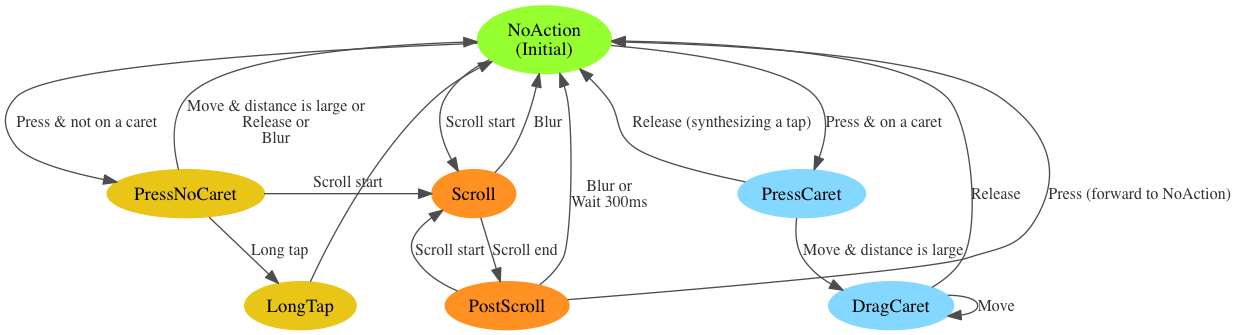
This is layout/base/doc/AccessibleCaretEventHubStates.png from InternalError503/cyberfox-beta, a Graphviz export, as it was before one commit. Its source is kept beside it as layout/base/doc/AccessibleCaretEventHubStates.dot. Source of this version:
```dot
digraph event_hub_states {
  node [style=filled];
  edge [color="gray30", fontcolor="gray20", fontsize=12]

  NoAction [label="NoAction\n(Initial)"color="#96FF2F"];
  NoAction -> PressCaret [label="Press & on a caret"];
  NoAction -> PressNoCaret [label="Press & not on a caret"];
  NoAction -> Scroll [label="Scroll start"];

  PressCaret [color="#84D8FF"];
  PressCaret -> DragCaret [label="Move & distance is large"];
  PressCaret -> NoAction [label="Release (synthesizing a tap)"];

  DragCaret [color="#84D8FF"];
  DragCaret -> DragCaret [label="Move"];
  DragCaret -> NoAction [label="Release"];

  PressNoCaret [color="#E8C516"];
  PressNoCaret -> NoAction [label="Move & distance is large or\nRelease or\nBlur"];
  PressNoCaret -> LongTap [label="Long tap"];
  PressNoCaret -> Scroll [label="Scroll start", constraint=false];

  LongTap [color="#E8C516"]
  LongTap -> NoAction;

  Scroll [color="#FF9022"]
  Scroll -> PostScroll [label="Scroll end"];
  Scroll -> NoAction [label="Blur"];

  PostScroll [color="#FF9022"]
  PostScroll -> Scroll [label="Scroll start"];
  PostScroll -> NoAction [label="Blur or\nWait 300ms"];
  PostScroll -> NoAction [label="Press (forward to NoAction)", constraint=false];
}
```
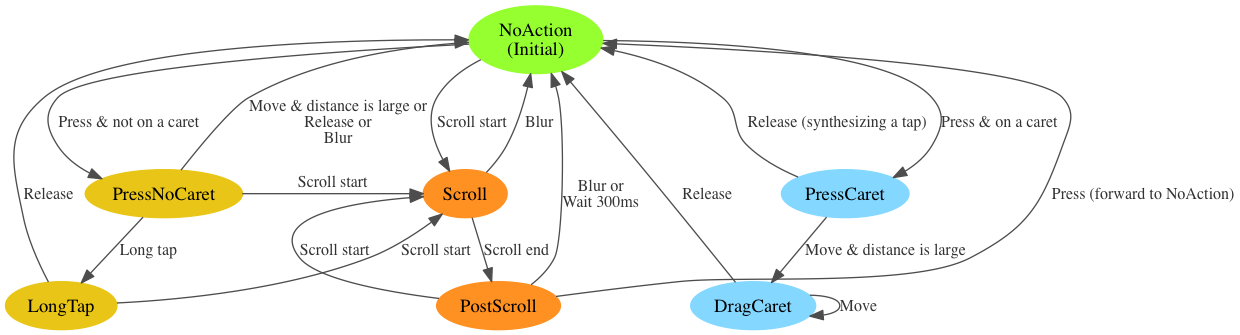
Above is the later version.

The edit, as a diff of the source:
```diff
@@ -1,3 +1,4 @@
+
 digraph event_hub_states {
   node [style=filled];
   edge [color="gray30", fontcolor="gray20", fontsize=12]
@@ -21,7 +22,8 @@
   PressNoCaret -> Scroll [label="Scroll start", constraint=false];
 
   LongTap [color="#E8C516"]
-  LongTap -> NoAction;
+  LongTap -> NoAction [label="Release"];
+  LongTap -> Scroll [label="Scroll start", constraint=false];
 
   Scroll [color="#FF9022"]
   Scroll -> PostScroll [label="Scroll end"];
```
